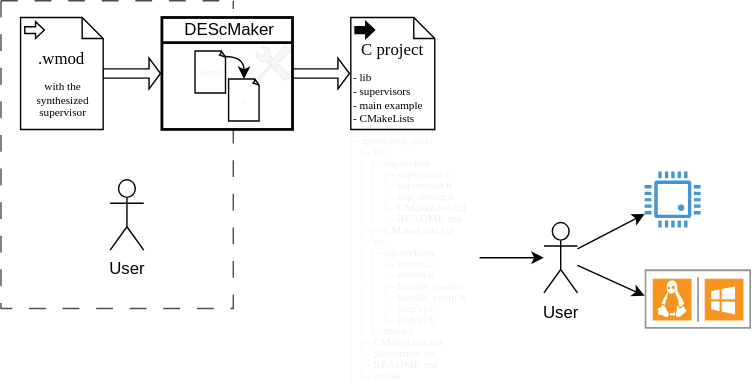
Before: docs/visual_readme.drawio.svg, a diagram exported from draw.io (tiagopossato/descmaker). Source tidied: cells renumbered, new cells last; positions are measured from the earlier drawing's top-left corner, leaving out a move shared by most shapes. Source of this version:
```xml
<mxGraphModel>
  <root>
    <mxCell id="0" />
    <mxCell id="1" parent="0" />
    <mxCell id="2" style="swimlane;startSize=0;shadow=0;glass=0;labelBackgroundColor=none;sketch=0;fontFamily=Times New Roman;fontSize=7;fontColor=#F0F0F0;fillColor=default;opacity=70;html=1;dashed=1;dashPattern=12 12;" parent="1" vertex="1">
      <mxGeometry width="166" height="220" as="geometry" />
    </mxCell>
    <mxCell id="3" style="shape=singleArrow;whiteSpace=wrap;html=1;fontFamily=Times New Roman;fontSize=8;fontColor=default;fillColor=default;" parent="1" vertex="1">
      <mxGeometry x="208" y="41" width="41" height="22" as="geometry" />
    </mxCell>
    <mxCell id="4" style="shape=singleArrow;whiteSpace=wrap;html=1;fontFamily=Times New Roman;fontSize=8;fontColor=default;fillColor=default;" parent="1" vertex="1">
      <mxGeometry x="73" y="41" width="41" height="22" as="geometry" />
    </mxCell>
    <mxCell id="5" style="edgeStyle=none;html=1;fontFamily=Times New Roman;fontSize=8;fontColor=#F0F0F0;" parent="1" edge="1" source="7" target="15">
      <mxGeometry relative="1" as="geometry" />
    </mxCell>
    <mxCell id="6" style="edgeStyle=none;html=1;fontFamily=Times New Roman;fontSize=8;fontColor=#F0F0F0;" parent="1" edge="1" source="7" target="24">
      <mxGeometry relative="1" as="geometry" />
    </mxCell>
    <mxCell id="7" value="User" style="shape=umlActor;verticalLabelPosition=bottom;verticalAlign=top;html=1;" parent="1" vertex="1">
      <mxGeometry x="388" y="158.6" width="24" height="50.3" as="geometry" />
    </mxCell>
    <mxCell id="8" value="&lt;br&gt;" style="strokeWidth=2;html=1;shape=mxgraph.lean_mapping.manufacturing_process;fontSize=12;verticalAlign=middle;html=1;align=center;whiteSpace=wrap;" parent="1" vertex="1">
      <mxGeometry x="115" y="12" width="93.3" height="80" as="geometry" />
    </mxCell>
    <mxCell id="9" value="DEScMaker&lt;br&gt;" style="text;fontSize=12;spacingLeft=2;verticalAlign=top;html=1;align=center;spacingTop=-5;" parent="8" vertex="1">
      <mxGeometry width="93.3" height="14.9" as="geometry" />
    </mxCell>
    <mxCell id="10" style="shadow=0;dashed=0;html=1;strokeColor=#8F8F8F;labelPosition=center;verticalLabelPosition=bottom;verticalAlign=top;align=center;fillColor=#B3B3B3;shape=mxgraph.mscae.enterprise.tool;gradientColor=none;gradientDirection=radial;opacity=10;" parent="8" vertex="1">
      <mxGeometry x="67" y="20" width="25" height="25" as="geometry" />
    </mxCell>
    <mxCell id="11" style="group;opacity=80;glass=0;shadow=0;" parent="8" vertex="1">
      <mxGeometry x="23.7" y="24" width="46" height="50" as="geometry" />
    </mxCell>
    <mxCell id="12" value="&lt;font style=&quot;font-size: 7px;&quot;&gt;.wmod&lt;/font&gt;" style="whiteSpace=wrap;html=1;shape=mxgraph.basic.document;labelBackgroundColor=none;fontFamily=Times New Roman;fontSize=8;fontColor=#F0F0F0;fillColor=default;" parent="11" vertex="1">
      <mxGeometry width="22" height="30" as="geometry" />
    </mxCell>
    <mxCell id="13" value="&lt;font style=&quot;font-size: 7px;&quot;&gt;.c&lt;/font&gt;" style="whiteSpace=wrap;html=1;shape=mxgraph.basic.document;labelBackgroundColor=none;fontFamily=Times New Roman;fontSize=8;fontColor=#F0F0F0;fillColor=default;" parent="11" vertex="1">
      <mxGeometry x="24" y="20" width="22" height="30" as="geometry" />
    </mxCell>
    <mxCell id="14" style="edgeStyle=orthogonalEdgeStyle;curved=1;html=1;fontFamily=Times New Roman;fontSize=7;fontColor=#F0F0F0;exitX=0.963;exitY=0.128;exitDx=0;exitDy=0;exitPerimeter=0;entryX=0.5;entryY=0;entryDx=0;entryDy=0;entryPerimeter=0;" parent="11" edge="1" source="12" target="13">
      <mxGeometry relative="1" as="geometry" />
    </mxCell>
    <mxCell id="15" style="shadow=0;dashed=0;html=1;strokeColor=none;fillColor=#4495D1;labelPosition=center;verticalLabelPosition=bottom;verticalAlign=top;align=center;outlineConnect=0;shape=mxgraph.veeam.cpu;" parent="1" vertex="1">
      <mxGeometry x="460" y="122" width="40" height="40" as="geometry" />
    </mxCell>
    <mxCell id="16" style="group;" parent="1" vertex="1">
      <mxGeometry x="250" y="12" width="60" height="80" as="geometry" />
    </mxCell>
    <mxCell id="17" style="shape=mxgraph.bpmn.data;labelPosition=center;verticalLabelPosition=bottom;align=center;verticalAlign=top;whiteSpace=wrap;size=15;html=1;bpmnTransferType=output;fontFamily=Times New Roman;fontSize=8;fillColor=default;" parent="16" vertex="1">
      <mxGeometry width="60" height="80" as="geometry" />
    </mxCell>
    <mxCell id="18" value="- lib&lt;br style=&quot;font-size: 8px;&quot;&gt;- supervisors&lt;br style=&quot;font-size: 8px;&quot;&gt;- main example&lt;br style=&quot;font-size: 8px;&quot;&gt;-&amp;nbsp;CMakeLists" style="text;html=1;strokeColor=none;fillColor=none;align=left;verticalAlign=middle;whiteSpace=wrap;rounded=0;fontFamily=Times New Roman;fontSize=8;" parent="16" vertex="1">
      <mxGeometry y="36" width="60" height="44" as="geometry" />
    </mxCell>
    <mxCell id="19" value="C project" style="text;html=1;strokeColor=none;fillColor=none;align=center;verticalAlign=middle;whiteSpace=wrap;rounded=0;fontFamily=Times New Roman;fontSize=12;" parent="16" vertex="1">
      <mxGeometry y="8" width="60" height="30" as="geometry" />
    </mxCell>
    <mxCell id="20" value="/" style="group;" parent="1" vertex="1">
      <mxGeometry x="14" y="12" width="60" height="80" as="geometry" />
    </mxCell>
    <mxCell id="21" style="shape=mxgraph.bpmn.data;labelPosition=center;verticalLabelPosition=bottom;align=center;verticalAlign=top;whiteSpace=wrap;size=15;html=1;bpmnTransferType=input;fillColor=default;" parent="20" vertex="1">
      <mxGeometry width="59" height="80" as="geometry" />
    </mxCell>
    <mxCell id="22" value="&lt;font face=&quot;Times New Roman&quot;&gt;.wmod&lt;/font&gt;" style="text;html=1;strokeColor=none;fillColor=none;align=center;verticalAlign=middle;whiteSpace=wrap;rounded=0;" parent="20" vertex="1">
      <mxGeometry y="15" width="59" height="30" as="geometry" />
    </mxCell>
    <mxCell id="23" value="with the synthesized supervisor" style="text;html=1;strokeColor=none;fillColor=none;align=center;verticalAlign=middle;whiteSpace=wrap;rounded=0;fontFamily=Times New Roman;fontSize=8;" parent="20" vertex="1">
      <mxGeometry x="1" y="44" width="59" height="30" as="geometry" />
    </mxCell>
    <mxCell id="24" style="shadow=0;dashed=0;strokeColor=none;fillColor=default;labelPosition=center;verticalLabelPosition=bottom;verticalAlign=top;align=center;outlineConnect=0;shape=mxgraph.veeam.windows_linux_server;fontFamily=Times New Roman;fontSize=8;fontColor=default;html=1;" parent="1" vertex="1">
      <mxGeometry x="460" y="192" width="76" height="72" as="geometry" />
    </mxCell>
    <mxCell id="25" style="edgeStyle=none;html=1;fontFamily=Times New Roman;fontSize=8;fontColor=#F0F0F0;" parent="1" edge="1" source="26" target="7">
      <mxGeometry relative="1" as="geometry" />
    </mxCell>
    <mxCell id="26" value="&lt;div style=&quot;line-height: 100%; font-size: 8px;&quot;&gt;&lt;div style=&quot;line-height: 100%;&quot;&gt;|-- generated_code&lt;/div&gt;&lt;div style=&quot;line-height: 100%;&quot;&gt;|&amp;nbsp; &amp;nbsp;|-- lib&lt;/div&gt;&lt;div style=&quot;line-height: 100%;&quot;&gt;|&amp;nbsp; &amp;nbsp;|&amp;nbsp; &amp;nbsp;|-- supervisor&lt;/div&gt;&lt;div style=&quot;line-height: 100%;&quot;&gt;|&amp;nbsp; &amp;nbsp;|&amp;nbsp; &amp;nbsp;|&amp;nbsp; &amp;nbsp; |-- supervisor.c&lt;/div&gt;&lt;div style=&quot;line-height: 100%;&quot;&gt;|&amp;nbsp; &amp;nbsp;|&amp;nbsp; &amp;nbsp;|&amp;nbsp; &amp;nbsp; |-- supervisor.h&lt;/div&gt;&lt;div style=&quot;line-height: 100%;&quot;&gt;|&amp;nbsp; &amp;nbsp;|&amp;nbsp; &amp;nbsp;|&amp;nbsp; &amp;nbsp; |-- sup_debug.h&lt;/div&gt;&lt;div style=&quot;line-height: 100%;&quot;&gt;|&amp;nbsp; &amp;nbsp;|&amp;nbsp; &amp;nbsp;|&amp;nbsp; &amp;nbsp; |-- CMakeLists.txt&lt;/div&gt;&lt;div style=&quot;line-height: 100%;&quot;&gt;|&amp;nbsp; &amp;nbsp;|&amp;nbsp; &amp;nbsp;|&amp;nbsp; &amp;nbsp; |-- README.md&lt;/div&gt;&lt;div style=&quot;line-height: 100%;&quot;&gt;|&amp;nbsp; &amp;nbsp;|&amp;nbsp; &amp;nbsp;|-- CMakeLists.txt&lt;/div&gt;&lt;div style=&quot;line-height: 100%;&quot;&gt;|&amp;nbsp; &amp;nbsp;|-- src&lt;/div&gt;&lt;div style=&quot;line-height: 100%;&quot;&gt;|&amp;nbsp; &amp;nbsp;|&amp;nbsp; &amp;nbsp;|-- supervisors&lt;/div&gt;&lt;div style=&quot;line-height: 100%;&quot;&gt;|&amp;nbsp; &amp;nbsp;|&amp;nbsp; &amp;nbsp;|&amp;nbsp; &amp;nbsp; |-- events.c&lt;/div&gt;&lt;div style=&quot;line-height: 100%;&quot;&gt;|&amp;nbsp; &amp;nbsp;|&amp;nbsp; &amp;nbsp;|&amp;nbsp; &amp;nbsp; |-- events.h&lt;/div&gt;&lt;div style=&quot;line-height: 100%;&quot;&gt;|&amp;nbsp; &amp;nbsp;|&amp;nbsp; &amp;nbsp;|&amp;nbsp; &amp;nbsp; |-- handle_event.c&lt;/div&gt;&lt;div style=&quot;line-height: 100%;&quot;&gt;|&amp;nbsp; &amp;nbsp;|&amp;nbsp; &amp;nbsp;|&amp;nbsp; &amp;nbsp; |-- handle_event.h&lt;/div&gt;&lt;div style=&quot;line-height: 100%;&quot;&gt;|&amp;nbsp; &amp;nbsp;|&amp;nbsp; &amp;nbsp;|&amp;nbsp; &amp;nbsp; |-- [sup's].c&lt;/div&gt;&lt;div style=&quot;line-height: 100%;&quot;&gt;|&amp;nbsp; &amp;nbsp;|&amp;nbsp; &amp;nbsp;|&amp;nbsp; &amp;nbsp; |-- [sup's].h&lt;/div&gt;&lt;div style=&quot;line-height: 100%;&quot;&gt;|&amp;nbsp; &amp;nbsp;|&amp;nbsp; &amp;nbsp;|-- main.c&lt;/div&gt;&lt;div style=&quot;line-height: 100%;&quot;&gt;|&amp;nbsp; &amp;nbsp;|-- CMakeLists.txt&lt;/div&gt;&lt;div style=&quot;line-height: 100%;&quot;&gt;|&amp;nbsp; &amp;nbsp;|-- platformio.ini&lt;/div&gt;&lt;div style=&quot;line-height: 100%;&quot;&gt;|&amp;nbsp; &amp;nbsp;|-- README.md&lt;/div&gt;&lt;div style=&quot;line-height: 100%;&quot;&gt;|&amp;nbsp; &amp;nbsp;|-- run.sh&lt;/div&gt;&lt;/div&gt;" style="text;strokeColor=none;fillColor=none;align=left;verticalAlign=middle;rounded=0;fontFamily=Times New Roman;fontSize=7;fontColor=#F0F0F0;spacing=0;html=1;labelBackgroundColor=none;" parent="1" vertex="1">
      <mxGeometry x="250" y="98" width="92" height="171.4" as="geometry" />
    </mxCell>
    <mxCell id="27" value="User" style="shape=umlActor;verticalLabelPosition=bottom;verticalAlign=top;html=1;" parent="1" vertex="1">
      <mxGeometry x="78" y="128" width="24" height="50.3" as="geometry" />
    </mxCell>
  </root>
</mxGraphModel>
```
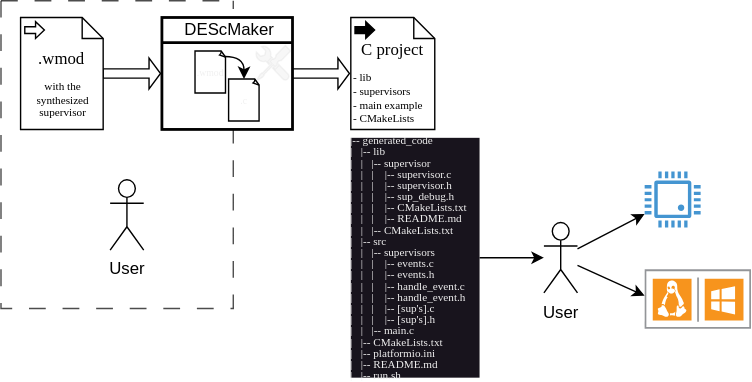
Above is the later version.

What changed in the source:
```diff
@@ -74,7 +74,7 @@
     <mxCell id="25" style="edgeStyle=none;html=1;fontFamily=Times New Roman;fontSize=8;fontColor=#F0F0F0;" parent="1" edge="1" source="26" target="7">
       <mxGeometry relative="1" as="geometry" />
     </mxCell>
-    <mxCell id="26" value="&lt;div style=&quot;line-height: 100%; font-size: 8px;&quot;&gt;&lt;div style=&quot;line-height: 100%;&quot;&gt;|-- generated_code&lt;/div&gt;&lt;div style=&quot;line-height: 100%;&quot;&gt;|&amp;nbsp; &amp;nbsp;|-- lib&lt;/div&gt;&lt;div style=&quot;line-height: 100%;&quot;&gt;|&amp;nbsp; &amp;nbsp;|&amp;nbsp; &amp;nbsp;|-- supervisor&lt;/div&gt;&lt;div style=&quot;line-height: 100%;&quot;&gt;|&amp;nbsp; &amp;nbsp;|&amp;nbsp; &amp;nbsp;|&amp;nbsp; &amp;nbsp; |-- supervisor.c&lt;/div&gt;&lt;div style=&quot;line-height: 100%;&quot;&gt;|&amp;nbsp; &amp;nbsp;|&amp;nbsp; &amp;nbsp;|&amp;nbsp; &amp;nbsp; |-- supervisor.h&lt;/div&gt;&lt;div style=&quot;line-height: 100%;&quot;&gt;|&amp;nbsp; &amp;nbsp;|&amp;nbsp; &amp;nbsp;|&amp;nbsp; &amp;nbsp; |-- sup_debug.h&lt;/div&gt;&lt;div style=&quot;line-height: 100%;&quot;&gt;|&amp;nbsp; &amp;nbsp;|&amp;nbsp; &amp;nbsp;|&amp;nbsp; &amp;nbsp; |-- CMakeLists.txt&lt;/div&gt;&lt;div style=&quot;line-height: 100%;&quot;&gt;|&amp;nbsp; &amp;nbsp;|&amp;nbsp; &amp;nbsp;|&amp;nbsp; &amp;nbsp; |-- README.md&lt;/div&gt;&lt;div style=&quot;line-height: 100%;&quot;&gt;|&amp;nbsp; &amp;nbsp;|&amp;nbsp; &amp;nbsp;|-- CMakeLists.txt&lt;/div&gt;&lt;div style=&quot;line-height: 100%;&quot;&gt;|&amp;nbsp; &amp;nbsp;|-- src&lt;/div&gt;&lt;div style=&quot;line-height: 100%;&quot;&gt;|&amp;nbsp; &amp;nbsp;|&amp;nbsp; &amp;nbsp;|-- supervisors&lt;/div&gt;&lt;div style=&quot;line-height: 100%;&quot;&gt;|&amp;nbsp; &amp;nbsp;|&amp;nbsp; &amp;nbsp;|&amp;nbsp; &amp;nbsp; |-- events.c&lt;/div&gt;&lt;div style=&quot;line-height: 100%;&quot;&gt;|&amp;nbsp; &amp;nbsp;|&amp;nbsp; &amp;nbsp;|&amp;nbsp; &amp;nbsp; |-- events.h&lt;/div&gt;&lt;div style=&quot;line-height: 100%;&quot;&gt;|&amp;nbsp; &amp;nbsp;|&amp;nbsp; &amp;nbsp;|&amp;nbsp; &amp;nbsp; |-- handle_event.c&lt;/div&gt;&lt;div style=&quot;line-height: 100%;&quot;&gt;|&amp;nbsp; &amp;nbsp;|&amp;nbsp; &amp;nbsp;|&amp;nbsp; &amp;nbsp; |-- handle_event.h&lt;/div&gt;&lt;div style=&quot;line-height: 100%;&quot;&gt;|&amp;nbsp; &amp;nbsp;|&amp;nbsp; &amp;nbsp;|&amp;nbsp; &amp;nbsp; |-- [sup's].c&lt;/div&gt;&lt;div style=&quot;line-height: 100%;&quot;&gt;|&amp;nbsp; &amp;nbsp;|&amp;nbsp; &amp;nbsp;|&amp;nbsp; &amp;nbsp; |-- [sup's].h&lt;/div&gt;&lt;div style=&quot;line-height: 100%;&quot;&gt;|&amp;nbsp; &amp;nbsp;|&amp;nbsp; &amp;nbsp;|-- main.c&lt;/div&gt;&lt;div style=&quot;line-height: 100%;&quot;&gt;|&amp;nbsp; &amp;nbsp;|-- CMakeLists.txt&lt;/div&gt;&lt;div style=&quot;line-height: 100%;&quot;&gt;|&amp;nbsp; &amp;nbsp;|-- platformio.ini&lt;/div&gt;&lt;div style=&quot;line-height: 100%;&quot;&gt;|&amp;nbsp; &amp;nbsp;|-- README.md&lt;/div&gt;&lt;div style=&quot;line-height: 100%;&quot;&gt;|&amp;nbsp; &amp;nbsp;|-- run.sh&lt;/div&gt;&lt;/div&gt;" style="text;strokeColor=none;fillColor=none;align=left;verticalAlign=middle;rounded=0;fontFamily=Times New Roman;fontSize=7;fontColor=#F0F0F0;spacing=0;html=1;labelBackgroundColor=none;" parent="1" vertex="1">
+    <mxCell id="26" value="&lt;div style=&quot;line-height: 100%; font-size: 8px;&quot;&gt;&lt;div style=&quot;line-height: 100%;&quot;&gt;|-- generated_code&lt;/div&gt;&lt;div style=&quot;line-height: 100%;&quot;&gt;|&amp;nbsp; &amp;nbsp;|-- lib&lt;/div&gt;&lt;div style=&quot;line-height: 100%;&quot;&gt;|&amp;nbsp; &amp;nbsp;|&amp;nbsp; &amp;nbsp;|-- supervisor&lt;/div&gt;&lt;div style=&quot;line-height: 100%;&quot;&gt;|&amp;nbsp; &amp;nbsp;|&amp;nbsp; &amp;nbsp;|&amp;nbsp; &amp;nbsp; |-- supervisor.c&lt;/div&gt;&lt;div style=&quot;line-height: 100%;&quot;&gt;|&amp;nbsp; &amp;nbsp;|&amp;nbsp; &amp;nbsp;|&amp;nbsp; &amp;nbsp; |-- supervisor.h&lt;/div&gt;&lt;div style=&quot;line-height: 100%;&quot;&gt;|&amp;nbsp; &amp;nbsp;|&amp;nbsp; &amp;nbsp;|&amp;nbsp; &amp;nbsp; |-- sup_debug.h&lt;/div&gt;&lt;div style=&quot;line-height: 100%;&quot;&gt;|&amp;nbsp; &amp;nbsp;|&amp;nbsp; &amp;nbsp;|&amp;nbsp; &amp;nbsp; |-- CMakeLists.txt&lt;/div&gt;&lt;div style=&quot;line-height: 100%;&quot;&gt;|&amp;nbsp; &amp;nbsp;|&amp;nbsp; &amp;nbsp;|&amp;nbsp; &amp;nbsp; |-- README.md&lt;/div&gt;&lt;div style=&quot;line-height: 100%;&quot;&gt;|&amp;nbsp; &amp;nbsp;|&amp;nbsp; &amp;nbsp;|-- CMakeLists.txt&lt;/div&gt;&lt;div style=&quot;line-height: 100%;&quot;&gt;|&amp;nbsp; &amp;nbsp;|-- src&lt;/div&gt;&lt;div style=&quot;line-height: 100%;&quot;&gt;|&amp;nbsp; &amp;nbsp;|&amp;nbsp; &amp;nbsp;|-- supervisors&lt;/div&gt;&lt;div style=&quot;line-height: 100%;&quot;&gt;|&amp;nbsp; &amp;nbsp;|&amp;nbsp; &amp;nbsp;|&amp;nbsp; &amp;nbsp; |-- events.c&lt;/div&gt;&lt;div style=&quot;line-height: 100%;&quot;&gt;|&amp;nbsp; &amp;nbsp;|&amp;nbsp; &amp;nbsp;|&amp;nbsp; &amp;nbsp; |-- events.h&lt;/div&gt;&lt;div style=&quot;line-height: 100%;&quot;&gt;|&amp;nbsp; &amp;nbsp;|&amp;nbsp; &amp;nbsp;|&amp;nbsp; &amp;nbsp; |-- handle_event.c&lt;/div&gt;&lt;div style=&quot;line-height: 100%;&quot;&gt;|&amp;nbsp; &amp;nbsp;|&amp;nbsp; &amp;nbsp;|&amp;nbsp; &amp;nbsp; |-- handle_event.h&lt;/div&gt;&lt;div style=&quot;line-height: 100%;&quot;&gt;|&amp;nbsp; &amp;nbsp;|&amp;nbsp; &amp;nbsp;|&amp;nbsp; &amp;nbsp; |-- [sup's].c&lt;/div&gt;&lt;div style=&quot;line-height: 100%;&quot;&gt;|&amp;nbsp; &amp;nbsp;|&amp;nbsp; &amp;nbsp;|&amp;nbsp; &amp;nbsp; |-- [sup's].h&lt;/div&gt;&lt;div style=&quot;line-height: 100%;&quot;&gt;|&amp;nbsp; &amp;nbsp;|&amp;nbsp; &amp;nbsp;|-- main.c&lt;/div&gt;&lt;div style=&quot;line-height: 100%;&quot;&gt;|&amp;nbsp; &amp;nbsp;|-- CMakeLists.txt&lt;/div&gt;&lt;div style=&quot;line-height: 100%;&quot;&gt;|&amp;nbsp; &amp;nbsp;|-- platformio.ini&lt;/div&gt;&lt;div style=&quot;line-height: 100%;&quot;&gt;|&amp;nbsp; &amp;nbsp;|-- README.md&lt;/div&gt;&lt;div style=&quot;line-height: 100%;&quot;&gt;|&amp;nbsp; &amp;nbsp;|-- run.sh&lt;/div&gt;&lt;/div&gt;" style="text;strokeColor=none;fillColor=#18141D;align=left;verticalAlign=middle;rounded=0;fontFamily=Times New Roman;fontSize=7;fontColor=#F0F0F0;spacing=0;html=1;labelBackgroundColor=none;" parent="1" vertex="1">
       <mxGeometry x="250" y="98" width="92" height="171.4" as="geometry" />
     </mxCell>
     <mxCell id="27" value="User" style="shape=umlActor;verticalLabelPosition=bottom;verticalAlign=top;html=1;" parent="1" vertex="1">
```
